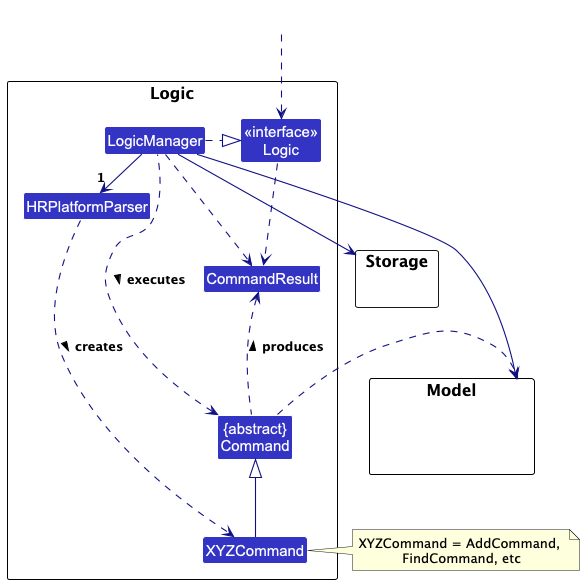
nus-cs2103-AY2425S1/tp keeps this PlantUML diagram as docs/images/LogicClassDiagram.png. Above is the earlier version.
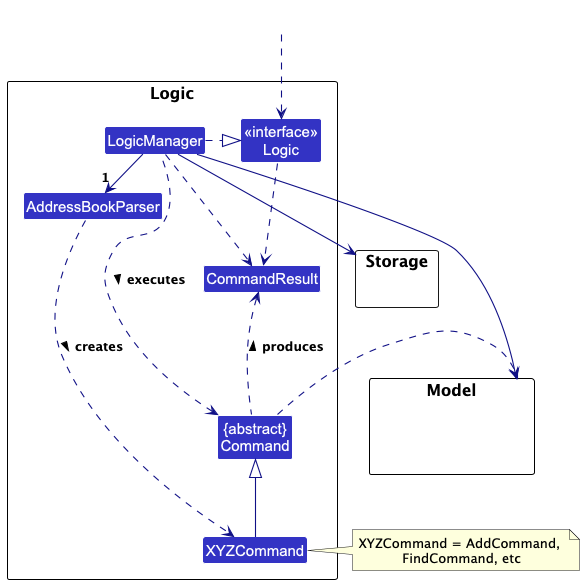
Above is the later version.

What changed in the source:
```diff
@@ -6,7 +6,7 @@
 
 package Logic as LogicPackage {
 
-Class HRPlatformParser
+Class AddressBookParser
 Class XYZCommand
 Class CommandResult
 Class "{abstract}\nCommand" as Command
@@ -27,8 +27,8 @@
 HiddenOutside ..> Logic
 
 LogicManager .right.|> Logic
-LogicManager -right->"1" HRPlatformParser
-HRPlatformParser ..> XYZCommand : creates >
+LogicManager -right->"1" AddressBookParser
+AddressBookParser ..> XYZCommand : creates >
 
 XYZCommand -up-|> Command
 LogicManager .left.> Command : executes >
```
